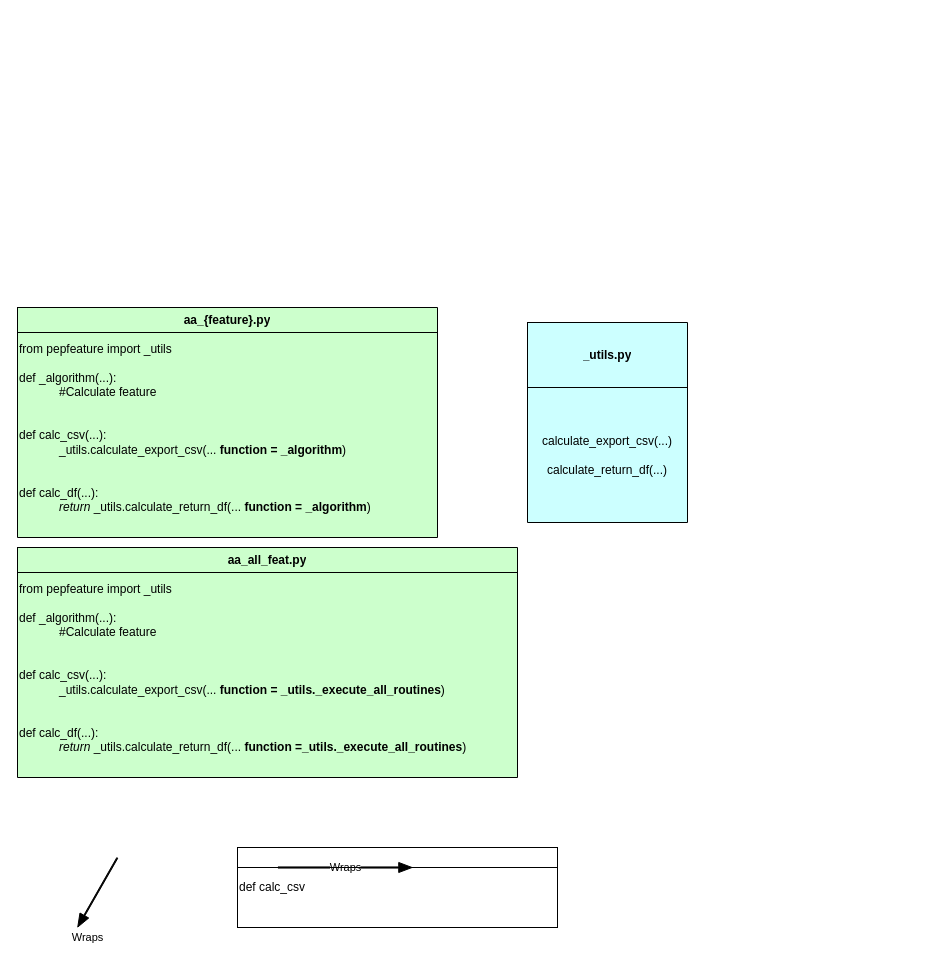
This is page "wrapper" (2 of 2) of FYP files/Diagrams/module diagram.drawio from efr-essakhan/pepfeature, a draw.io file, before an edit. Source tidied: cells renumbered, new cells numbered last; positions are measured from the earlier drawing's top-left corner, leaving out a move shared by most shapes. Both pictures are drawn from the tidied source at 100%, with x=0, y=0 at pixel (17, 307).
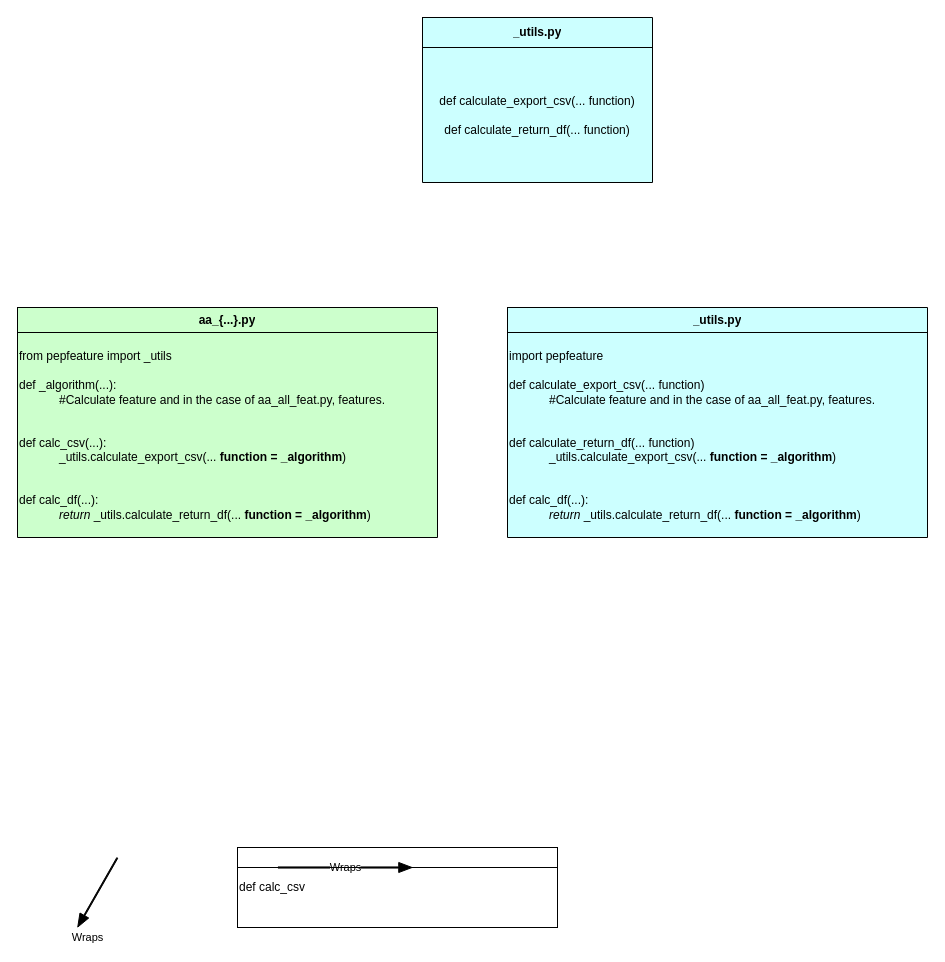
The same page after the edit.

The change refers to these unchanged cells:
```xml
<mxCell id="16" style="shape=partialRectangle;html=1;whiteSpace=wrap;fillColor=none;top=0;left=0;bottom=0;right=0;" parent="15" vertex="1">
  <mxGeometry width="420" height="25" as="geometry" />
</mxCell>
<mxCell id="18" style="shape=partialRectangle;html=1;whiteSpace=wrap;fillColor=none;top=0;left=0;bottom=0;right=0;" parent="15" vertex="1">
  <mxGeometry y="25" width="420" height="205" as="geometry" />
</mxCell>
```

Change to the diagram source:
```diff
@@
     <mxCell id="2" style="shape=table;html=1;whiteSpace=wrap;startSize=0;childLayout=tableLayout;fillColor=#CCFFFF;" parent="1" vertex="1">
-      <mxGeometry x="510" y="15" width="160" height="200" as="geometry" />
+      <mxGeometry x="405" y="-290" width="230" height="165" as="geometry" />
     </mxCell>
     <mxCell id="3" style="shape=partialRectangle;html=1;whiteSpace=wrap;fillColor=none;top=0;left=0;bottom=0;right=0;" parent="2" vertex="1">
-      <mxGeometry width="160" height="65" as="geometry" />
+      <mxGeometry width="230" height="30" as="geometry" />
     </mxCell>
     <mxCell id="4" value="&lt;b&gt;_utils.py&lt;/b&gt;" style="shape=partialRectangle;html=1;whiteSpace=wrap;overflow=hidden;fillColor=none;top=0;left=0;bottom=0;right=0;" parent="3" vertex="1">
-      <mxGeometry width="160" height="65" as="geometry" />
+      <mxGeometry width="230" height="30" as="geometry" />
     </mxCell>
     <mxCell id="5" style="shape=partialRectangle;html=1;whiteSpace=wrap;fillColor=none;top=0;left=0;bottom=0;right=0;" parent="2" vertex="1">
-      <mxGeometry y="65" width="160" height="135" as="geometry" />
+      <mxGeometry y="30" width="230" height="135" as="geometry" />
     </mxCell>
-    <mxCell id="6" value="calculate_export_csv(...)&lt;br&gt;&lt;br&gt;calculate_return_df(...)" style="shape=partialRectangle;html=1;whiteSpace=wrap;overflow=hidden;fillColor=none;top=0;left=0;bottom=0;right=0;" parent="5" vertex="1">
-      <mxGeometry width="160" height="135" as="geometry" />
+    <mxCell id="6" value="def calculate_export_csv(... function)&lt;br&gt;&lt;br&gt;def calculate_return_df(... function)" style="shape=partialRectangle;html=1;whiteSpace=wrap;overflow=hidden;fillColor=none;top=0;left=0;bottom=0;right=0;" parent="5" vertex="1">
+      <mxGeometry width="230" height="135" as="geometry" />
     </mxCell>
@@
-    <mxCell id="10" style="shape=table;html=1;whiteSpace=wrap;startSize=0;childLayout=tableLayout;fillColor=#CCFFCC;" parent="1" vertex="1">
-      <mxGeometry y="240" width="500" height="230" as="geometry" />
-    </mxCell>
-    <mxCell id="11" style="shape=partialRectangle;html=1;whiteSpace=wrap;fillColor=none;top=0;left=0;bottom=0;right=0;" parent="10" vertex="1">
-      <mxGeometry width="500" height="25" as="geometry" />
-    </mxCell>
-    <mxCell id="12" value="&lt;b&gt;aa_all_feat.py&lt;/b&gt;" style="shape=partialRectangle;html=1;whiteSpace=wrap;overflow=hidden;fillColor=none;top=0;left=0;bottom=0;right=0;" parent="11" vertex="1">
-      <mxGeometry width="500" height="25" as="geometry" />
-    </mxCell>
-    <mxCell id="13" style="shape=partialRectangle;html=1;whiteSpace=wrap;fillColor=none;top=0;left=0;bottom=0;right=0;" parent="10" vertex="1">
-      <mxGeometry y="25" width="500" height="205" as="geometry" />
-    </mxCell>
-    <mxCell id="14" value="from pepfeature import _utils&lt;br&gt;&lt;br&gt;def _algorithm(...):&lt;br&gt;&lt;blockquote style=&quot;margin: 0 0 0 40px ; border: none ; padding: 0px&quot;&gt;#Calculate feature&lt;/blockquote&gt;&lt;br&gt;&lt;br&gt;def calc_csv(...):&lt;br&gt;&lt;blockquote style=&quot;margin: 0 0 0 40px ; border: none ; padding: 0px&quot;&gt;_utils.calculate_export_csv(... &lt;b&gt;function =&amp;nbsp;_utils._execute_all_routines&lt;/b&gt;)&lt;/blockquote&gt;&lt;br&gt;&lt;br&gt;def calc_df(...):&lt;br&gt;&lt;blockquote style=&quot;margin: 0 0 0 40px ; border: none ; padding: 0px&quot;&gt;&lt;i&gt;return &lt;/i&gt;_utils.calculate_return_df(... &lt;b&gt;function =_utils._execute_all_routines&lt;/b&gt;)&lt;br&gt;&lt;/blockquote&gt;&lt;blockquote style=&quot;margin: 0 0 0 40px ; border: none ; padding: 0px&quot;&gt;&lt;br&gt;&lt;/blockquote&gt;" style="shape=partialRectangle;html=1;whiteSpace=wrap;overflow=hidden;fillColor=none;top=0;left=0;bottom=0;right=0;align=left;" parent="13" vertex="1">
-      <mxGeometry width="500" height="205" as="geometry" />
-    </mxCell>
@@
-    <mxCell id="17" value="&lt;b&gt;aa_{feature}.py&lt;/b&gt;" style="shape=partialRectangle;html=1;whiteSpace=wrap;overflow=hidden;fillColor=none;top=0;left=0;bottom=0;right=0;" parent="16" vertex="1">
+    <mxCell id="17" value="&lt;b&gt;aa_{...}.py&lt;/b&gt;" style="shape=partialRectangle;html=1;whiteSpace=wrap;overflow=hidden;fillColor=none;top=0;left=0;bottom=0;right=0;" parent="16" vertex="1">
       <mxGeometry width="420" height="25" as="geometry" />
     </mxCell>
@@
-    <mxCell id="19" value="from pepfeature import _utils&lt;br&gt;&lt;br&gt;def _algorithm(...):&lt;br&gt;&lt;blockquote style=&quot;margin: 0 0 0 40px ; border: none ; padding: 0px&quot;&gt;#Calculate feature&lt;/blockquote&gt;&lt;br&gt;&lt;br&gt;def calc_csv(...):&lt;br&gt;&lt;blockquote style=&quot;margin: 0 0 0 40px ; border: none ; padding: 0px&quot;&gt;_utils.calculate_export_csv(... &lt;b&gt;function = _algorithm&lt;/b&gt;)&lt;/blockquote&gt;&lt;br&gt;&lt;br&gt;def calc_df(...):&lt;br&gt;&lt;blockquote style=&quot;margin: 0 0 0 40px ; border: none ; padding: 0px&quot;&gt;&lt;i&gt;return &lt;/i&gt;_utils.calculate_return_df(... &lt;b&gt;function = _algorithm&lt;/b&gt;)&lt;br&gt;&lt;/blockquote&gt;&lt;blockquote style=&quot;margin: 0 0 0 40px ; border: none ; padding: 0px&quot;&gt;&lt;br&gt;&lt;/blockquote&gt;" style="shape=partialRectangle;html=1;whiteSpace=wrap;overflow=hidden;fillColor=none;top=0;left=0;bottom=0;right=0;align=left;" parent="18" vertex="1">
+    <mxCell id="19" value="&lt;br&gt;from pepfeature import _utils&lt;br&gt;&lt;br&gt;def _algorithm(...):&lt;br&gt;&lt;blockquote style=&quot;margin: 0 0 0 40px ; border: none ; padding: 0px&quot;&gt;#Calculate feature and in the case of aa_all_feat.py, features.&lt;/blockquote&gt;&lt;br&gt;&lt;br&gt;def calc_csv(...):&lt;br&gt;&lt;blockquote style=&quot;margin: 0 0 0 40px ; border: none ; padding: 0px&quot;&gt;_utils.calculate_export_csv(... &lt;b&gt;function = _algorithm&lt;/b&gt;)&lt;/blockquote&gt;&lt;br&gt;&lt;br&gt;def calc_df(...):&lt;br&gt;&lt;blockquote style=&quot;margin: 0 0 0 40px ; border: none ; padding: 0px&quot;&gt;&lt;i&gt;return &lt;/i&gt;_utils.calculate_return_df(... &lt;b&gt;function = _algorithm&lt;/b&gt;)&lt;br&gt;&lt;/blockquote&gt;&lt;blockquote style=&quot;margin: 0 0 0 40px ; border: none ; padding: 0px&quot;&gt;&lt;br&gt;&lt;/blockquote&gt;" style="shape=partialRectangle;html=1;whiteSpace=wrap;overflow=hidden;fillColor=none;top=0;left=0;bottom=0;right=0;align=left;" parent="18" vertex="1">
       <mxGeometry width="420" height="205" as="geometry" />
     </mxCell>
+    <mxCell id="20" style="shape=table;html=1;whiteSpace=wrap;startSize=0;childLayout=tableLayout;fillColor=#CCFFFF;" parent="1" vertex="1">
+      <mxGeometry x="490" width="420" height="230" as="geometry" />
+    </mxCell>
+    <mxCell id="21" style="shape=partialRectangle;html=1;whiteSpace=wrap;fillColor=none;top=0;left=0;bottom=0;right=0;" parent="20" vertex="1">
+      <mxGeometry width="420" height="25" as="geometry" />
+    </mxCell>
+    <mxCell id="22" value="&lt;b&gt;_utils.py&lt;/b&gt;" style="shape=partialRectangle;html=1;whiteSpace=wrap;overflow=hidden;fillColor=none;top=0;left=0;bottom=0;right=0;" parent="21" vertex="1">
+      <mxGeometry width="420" height="25" as="geometry" />
+    </mxCell>
+    <mxCell id="23" style="shape=partialRectangle;html=1;whiteSpace=wrap;fillColor=none;top=0;left=0;bottom=0;right=0;" parent="20" vertex="1">
+      <mxGeometry y="25" width="420" height="205" as="geometry" />
+    </mxCell>
+    <mxCell id="24" value="&lt;br&gt;import pepfeature&lt;br&gt;&lt;br&gt;&lt;span style=&quot;text-align: center&quot;&gt;def calculate_export_csv(... function)&lt;/span&gt;&lt;br style=&quot;text-align: center&quot;&gt;&lt;blockquote style=&quot;margin: 0 0 0 40px ; border: none ; padding: 0px&quot;&gt;#Calculate feature and in the case of aa_all_feat.py, features.&lt;/blockquote&gt;&lt;br&gt;&lt;br&gt;&lt;span style=&quot;text-align: center&quot;&gt;def calculate_return_df(... function)&lt;/span&gt;&lt;br&gt;&lt;blockquote style=&quot;margin: 0 0 0 40px ; border: none ; padding: 0px&quot;&gt;_utils.calculate_export_csv(... &lt;b&gt;function = _algorithm&lt;/b&gt;)&lt;/blockquote&gt;&lt;br&gt;&lt;br&gt;def calc_df(...):&lt;br&gt;&lt;blockquote style=&quot;margin: 0 0 0 40px ; border: none ; padding: 0px&quot;&gt;&lt;i&gt;return &lt;/i&gt;_utils.calculate_return_df(... &lt;b&gt;function = _algorithm&lt;/b&gt;)&lt;br&gt;&lt;/blockquote&gt;&lt;blockquote style=&quot;margin: 0 0 0 40px ; border: none ; padding: 0px&quot;&gt;&lt;br&gt;&lt;/blockquote&gt;" style="shape=partialRectangle;html=1;whiteSpace=wrap;overflow=hidden;fillColor=none;top=0;left=0;bottom=0;right=0;align=left;" parent="23" vertex="1">
+      <mxGeometry width="420" height="205" as="geometry" />
+    </mxCell>
```
